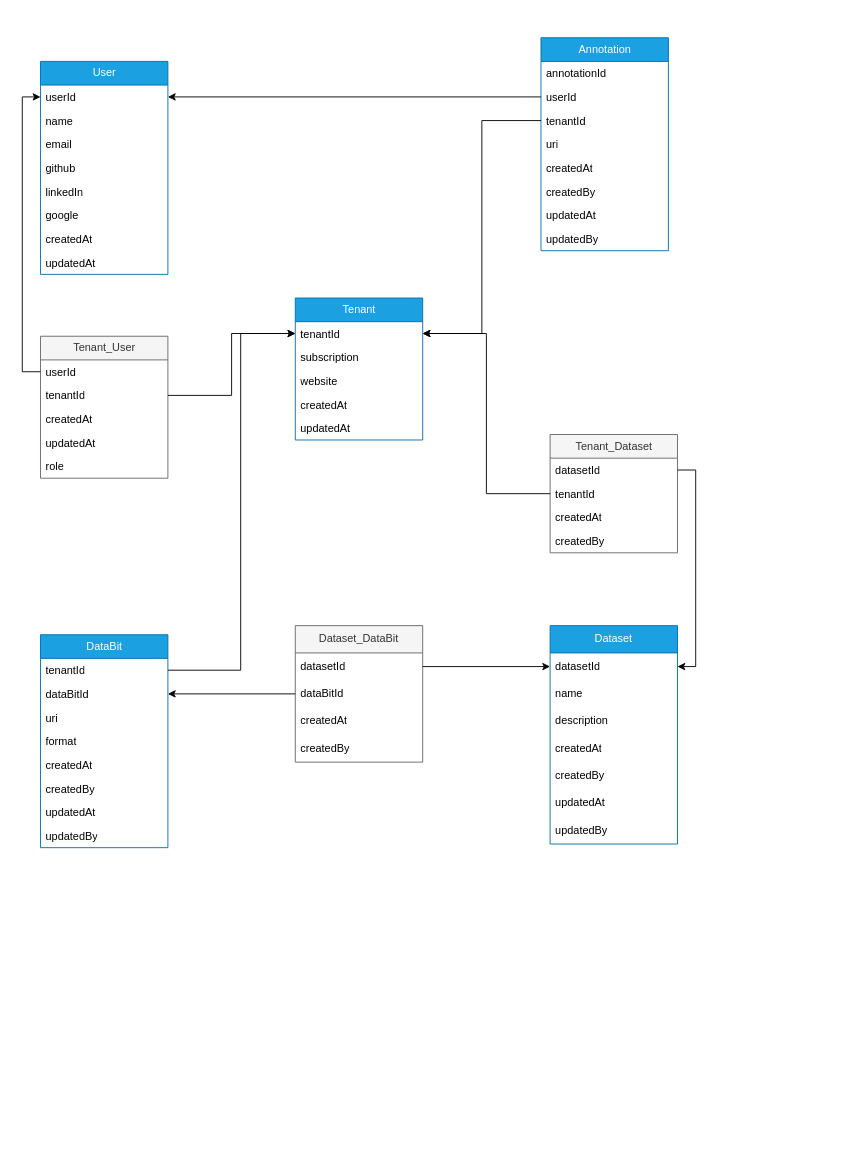
Before: docs/drawio/Database_Diagram.drawio in rtbot-dev/rtbot, a draw.io diagram. Source tidied: cells renumbered, new cells numbered last; positions are measured from the earlier drawing's top-left corner, leaving out a move shared by most shapes. Both pictures are drawn from the tidied source at 91%, with x=0, y=0 at pixel (40, 37).
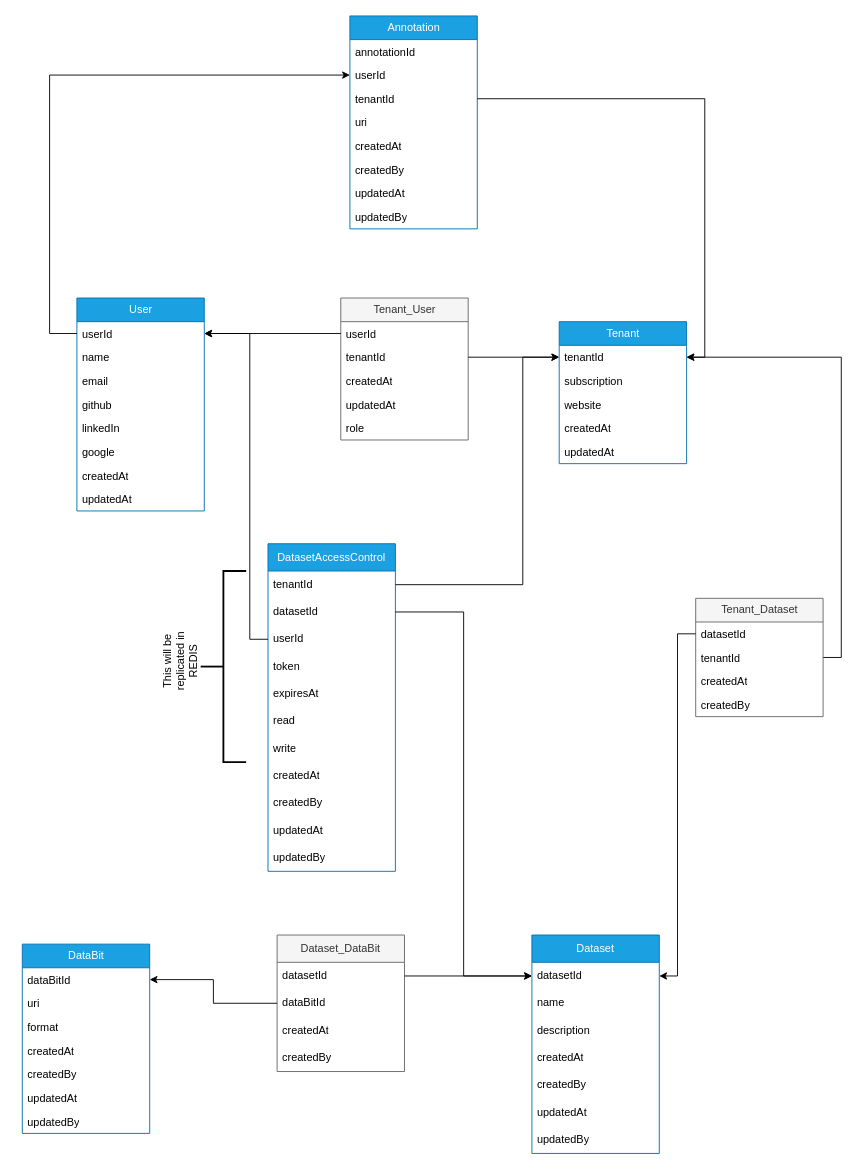
The same diagram, later.

Commit message:
docs: update database diagram

The change refers to these unchanged cells:
```xml
<mxCell id="3" value="userId" style="text;strokeColor=none;fillColor=none;align=left;verticalAlign=top;spacingLeft=4;spacingRight=4;overflow=hidden;points=[[0,0.5],[1,0.5]];portConstraint=eastwest;whiteSpace=wrap;html=1;" parent="2" vertex="1">
  <mxGeometry y="26" width="140" height="26" as="geometry" />
</mxCell>
<mxCell id="12" value="tenantId" style="text;strokeColor=none;fillColor=none;align=left;verticalAlign=top;spacingLeft=4;spacingRight=4;overflow=hidden;points=[[0,0.5],[1,0.5]];portConstraint=eastwest;whiteSpace=wrap;html=1;" parent="11" vertex="1">
  <mxGeometry y="26" width="140" height="26" as="geometry" />
</mxCell>
<mxCell id="18" value="userId" style="text;strokeColor=none;fillColor=none;align=left;verticalAlign=top;spacingLeft=4;spacingRight=4;overflow=hidden;points=[[0,0.5],[1,0.5]];portConstraint=eastwest;whiteSpace=wrap;html=1;" parent="17" vertex="1">
  <mxGeometry y="26" width="140" height="26" as="geometry" />
</mxCell>
<mxCell id="19" value="tenantId" style="text;strokeColor=none;fillColor=none;align=left;verticalAlign=top;spacingLeft=4;spacingRight=4;overflow=hidden;points=[[0,0.5],[1,0.5]];portConstraint=eastwest;whiteSpace=wrap;html=1;" parent="17" vertex="1">
  <mxGeometry y="52" width="140" height="26" as="geometry" />
</mxCell>
<mxCell id="34" value="&lt;div&gt;userId&lt;/div&gt;" style="text;strokeColor=none;fillColor=none;align=left;verticalAlign=top;spacingLeft=4;spacingRight=4;overflow=hidden;points=[[0,0.5],[1,0.5]];portConstraint=eastwest;whiteSpace=wrap;html=1;" parent="32" vertex="1">
  <mxGeometry y="52" width="140" height="26" as="geometry" />
</mxCell>
<mxCell id="46" value="datasetId" style="text;strokeColor=none;fillColor=none;align=left;verticalAlign=middle;spacingLeft=4;spacingRight=4;overflow=hidden;points=[[0,0.5],[1,0.5]];portConstraint=eastwest;whiteSpace=wrap;html=1;" parent="45" vertex="1">
  <mxGeometry y="30" width="140" height="30" as="geometry" />
</mxCell>
<mxCell id="62" value="datasetId" style="text;strokeColor=none;fillColor=none;align=left;verticalAlign=top;spacingLeft=4;spacingRight=4;overflow=hidden;points=[[0,0.5],[1,0.5]];portConstraint=eastwest;whiteSpace=wrap;html=1;" parent="61" vertex="1">
  <mxGeometry y="26" width="140" height="26" as="geometry" />
</mxCell>
<mxCell id="63" value="tenantId" style="text;strokeColor=none;fillColor=none;align=left;verticalAlign=top;spacingLeft=4;spacingRight=4;overflow=hidden;points=[[0,0.5],[1,0.5]];portConstraint=eastwest;whiteSpace=wrap;html=1;" parent="61" vertex="1">
  <mxGeometry y="52" width="140" height="26" as="geometry" />
</mxCell>
```

The edit, as a diff of the source:
```diff
@@
     <mxCell id="2" value="&lt;div&gt;User&lt;/div&gt;" style="swimlane;fontStyle=0;horizontal=1;startSize=26;fillColor=#1ba1e2;html=1;strokeColor=#006EAF;fontColor=#ffffff;" parent="1" vertex="1">
-      <mxGeometry y="26" width="140" height="234" as="geometry" />
+      <mxGeometry x="40" y="286" width="140" height="234" as="geometry" />
     </mxCell>
@@
     <mxCell id="11" value="&lt;div&gt;Tenant&lt;/div&gt;" style="swimlane;fontStyle=0;horizontal=1;startSize=26;fillColor=#1ba1e2;html=1;fontColor=#ffffff;strokeColor=#006EAF;" parent="1" vertex="1">
-      <mxGeometry x="280" y="286" width="140" height="156" as="geometry" />
+      <mxGeometry x="570" y="312" width="140" height="156" as="geometry" />
     </mxCell>
@@
     <mxCell id="17" value="Tenant_User" style="swimlane;fontStyle=0;horizontal=1;startSize=26;fillColor=#f5f5f5;html=1;fontColor=#333333;strokeColor=#666666;" parent="1" vertex="1">
-      <mxGeometry y="328" width="140" height="156" as="geometry" />
+      <mxGeometry x="330" y="286" width="140" height="156" as="geometry" />
     </mxCell>
@@
     <mxCell id="23" value="&lt;div&gt;DataBit&lt;/div&gt;" style="swimlane;fontStyle=0;horizontal=1;startSize=26;fillColor=#1ba1e2;html=1;fontColor=#ffffff;strokeColor=#006EAF;" parent="1" vertex="1">
-      <mxGeometry y="656" width="140" height="234" as="geometry" />
+      <mxGeometry x="-20" y="996" width="140" height="208" as="geometry" />
     </mxCell>
-    <mxCell id="24" value="tenantId" style="text;strokeColor=none;fillColor=none;align=left;verticalAlign=top;spacingLeft=4;spacingRight=4;overflow=hidden;points=[[0,0.5],[1,0.5]];portConstraint=eastwest;whiteSpace=wrap;html=1;" parent="23" vertex="1">
-      <mxGeometry y="26" width="140" height="26" as="geometry" />
-    </mxCell>
     <mxCell id="25" value="&lt;div&gt;dataBitId&lt;/div&gt;" style="text;strokeColor=none;fillColor=none;align=left;verticalAlign=top;spacingLeft=4;spacingRight=4;overflow=hidden;points=[[0,0.5],[1,0.5]];portConstraint=eastwest;whiteSpace=wrap;html=1;" parent="23" vertex="1">
-      <mxGeometry y="52" width="140" height="26" as="geometry" />
+      <mxGeometry y="26" width="140" height="26" as="geometry" />
     </mxCell>
     <mxCell id="26" value="uri" style="text;strokeColor=none;fillColor=none;align=left;verticalAlign=top;spacingLeft=4;spacingRight=4;overflow=hidden;whiteSpace=wrap;html=1;" parent="23" vertex="1">
-      <mxGeometry y="78" width="140" height="26" as="geometry" />
+      <mxGeometry y="52" width="140" height="26" as="geometry" />
     </mxCell>
     <mxCell id="27" value="format" style="text;strokeColor=none;fillColor=none;align=left;verticalAlign=top;spacingLeft=4;spacingRight=4;overflow=hidden;whiteSpace=wrap;html=1;" parent="23" vertex="1">
-      <mxGeometry y="104" width="140" height="26" as="geometry" />
+      <mxGeometry y="78" width="140" height="26" as="geometry" />
     </mxCell>
     <mxCell id="28" value="createdAt" style="text;strokeColor=none;fillColor=none;align=left;verticalAlign=top;spacingLeft=4;spacingRight=4;overflow=hidden;whiteSpace=wrap;html=1;" parent="23" vertex="1">
-      <mxGeometry y="130" width="140" height="26" as="geometry" />
+      <mxGeometry y="104" width="140" height="26" as="geometry" />
     </mxCell>
     <mxCell id="29" value="createdBy" style="text;strokeColor=none;fillColor=none;align=left;verticalAlign=top;spacingLeft=4;spacingRight=4;overflow=hidden;whiteSpace=wrap;html=1;" parent="23" vertex="1">
-      <mxGeometry y="156" width="140" height="26" as="geometry" />
+      <mxGeometry y="130" width="140" height="26" as="geometry" />
     </mxCell>
     <mxCell id="30" value="updatedAt" style="text;strokeColor=none;fillColor=none;align=left;verticalAlign=top;spacingLeft=4;spacingRight=4;overflow=hidden;whiteSpace=wrap;html=1;" parent="23" vertex="1">
-      <mxGeometry y="182" width="140" height="26" as="geometry" />
+      <mxGeometry y="156" width="140" height="26" as="geometry" />
     </mxCell>
     <mxCell id="31" value="updatedBy" style="text;strokeColor=none;fillColor=none;align=left;verticalAlign=top;spacingLeft=4;spacingRight=4;overflow=hidden;whiteSpace=wrap;html=1;" parent="23" vertex="1">
-      <mxGeometry y="208" width="140" height="26" as="geometry" />
+      <mxGeometry y="182" width="140" height="26" as="geometry" />
     </mxCell>
     <mxCell id="32" value="&lt;div&gt;Annotation&lt;/div&gt;" style="swimlane;fontStyle=0;horizontal=1;startSize=26;fillColor=#1ba1e2;html=1;fontColor=#ffffff;strokeColor=#006EAF;" parent="1" vertex="1">
-      <mxGeometry x="550" width="140" height="234" as="geometry" />
+      <mxGeometry x="340" y="-24" width="140" height="234" as="geometry" />
     </mxCell>
@@
-    <mxCell id="41" style="edgeStyle=orthogonalEdgeStyle;rounded=0;jettySize=auto;html=1;entryX=0;entryY=0.5;entryDx=0;entryDy=0;" parent="1" edge="1" source="18" target="3">
-      <mxGeometry relative="1" as="geometry" />
-    </mxCell>
-    <mxCell id="42" style="edgeStyle=orthogonalEdgeStyle;rounded=0;jettySize=auto;html=1;" parent="1" edge="1" source="19" target="12">
-      <mxGeometry relative="1" as="geometry" />
-    </mxCell>
@@
-    <mxCell id="44" style="edgeStyle=orthogonalEdgeStyle;rounded=0;jettySize=auto;html=1;" parent="1" edge="1" source="34" target="3">
-      <mxGeometry relative="1" as="geometry" />
-    </mxCell>
     <mxCell id="45" value="Dataset" style="swimlane;fontStyle=0;horizontal=1;startSize=30;whiteSpace=wrap;html=1;fillColor=#1ba1e2;fontColor=#ffffff;strokeColor=#006EAF;" parent="1" vertex="1">
-      <mxGeometry x="560" y="646" width="140" height="240" as="geometry" />
+      <mxGeometry x="540" y="986" width="140" height="240" as="geometry" />
     </mxCell>
@@
     <mxCell id="53" value="Dataset_DataBit" style="swimlane;fontStyle=0;horizontal=1;startSize=30;whiteSpace=wrap;html=1;fillColor=#f5f5f5;fontColor=#333333;strokeColor=#666666;" parent="1" vertex="1">
-      <mxGeometry x="280" y="646" width="140" height="150" as="geometry" />
+      <mxGeometry x="260" y="986" width="140" height="150" as="geometry" />
     </mxCell>
@@
-    <mxCell id="59" style="edgeStyle=orthogonalEdgeStyle;rounded=0;jettySize=auto;html=1;entryX=0;entryY=0.5;entryDx=0;entryDy=0;" parent="1" edge="1" source="24" target="12">
-      <mxGeometry relative="1" as="geometry">
-        <Array as="points">
-          <mxPoint x="220" y="695" />
-          <mxPoint x="220" y="325" />
-        </Array>
-      </mxGeometry>
-    </mxCell>
@@
+    <mxCell id="68" style="edgeStyle=orthogonalEdgeStyle;rounded=0;jettySize=auto;html=1;exitX=1;exitY=0.5;exitDx=0;exitDy=0;entryX=1;entryY=0.5;entryDx=0;entryDy=0;" parent="1" edge="1" source="61" target="12">
+      <mxGeometry relative="1" as="geometry" />
+    </mxCell>
     <mxCell id="61" value="Tenant_Dataset" style="swimlane;fontStyle=0;horizontal=1;startSize=26;fillColor=#f5f5f5;html=1;fontColor=#333333;strokeColor=#666666;" parent="1" vertex="1">
-      <mxGeometry x="560" y="436" width="140" height="130" as="geometry" />
+      <mxGeometry x="720" y="616" width="140" height="130" as="geometry" />
     </mxCell>
@@
-    <mxCell id="66" style="edgeStyle=orthogonalEdgeStyle;rounded=0;jettySize=auto;html=1;entryX=1;entryY=0.5;entryDx=0;entryDy=0;" parent="1" edge="1" source="63" target="12">
-      <mxGeometry relative="1" as="geometry" />
-    </mxCell>
+    <mxCell id="42" style="edgeStyle=orthogonalEdgeStyle;rounded=0;jettySize=auto;html=1;" parent="1" edge="1" source="19" target="12">
+      <mxGeometry relative="1" as="geometry" />
+    </mxCell>
+    <mxCell id="41" style="edgeStyle=orthogonalEdgeStyle;rounded=0;jettySize=auto;html=1;entryX=1;entryY=0.5;entryDx=0;entryDy=0;" parent="1" edge="1" source="18" target="3">
+      <mxGeometry relative="1" as="geometry" />
+    </mxCell>
-    <mxCell id="67" style="edgeStyle=orthogonalEdgeStyle;rounded=0;jettySize=auto;html=1;" parent="1" edge="1" source="62" target="46">
-      <mxGeometry relative="1" as="geometry">
-        <Array as="points">
-          <mxPoint x="720" y="475" />
-          <mxPoint x="720" y="691" />
-        </Array>
-      </mxGeometry>
+    <mxCell id="67" style="edgeStyle=orthogonalEdgeStyle;rounded=0;jettySize=auto;html=1;entryX=1;entryY=0.5;entryDx=0;entryDy=0;" parent="1" edge="1" source="62" target="46">
+      <mxGeometry relative="1" as="geometry" />
     </mxCell>
+    <mxCell id="69" value="DatasetAccessControl" style="swimlane;fontStyle=0;horizontal=1;startSize=30;whiteSpace=wrap;html=1;fillColor=#1ba1e2;fontColor=#ffffff;strokeColor=#006EAF;" parent="1" vertex="1">
+      <mxGeometry x="250" y="556" width="140" height="360" as="geometry" />
+    </mxCell>
+    <mxCell id="24" value="tenantId" style="text;strokeColor=none;fillColor=none;align=left;verticalAlign=middle;spacingLeft=4;spacingRight=4;overflow=hidden;points=[[0,0.5],[1,0.5]];portConstraint=eastwest;whiteSpace=wrap;html=1;" parent="69" vertex="1">
+      <mxGeometry y="30" width="140" height="30" as="geometry" />
+    </mxCell>
+    <mxCell id="70" value="datasetId" style="text;strokeColor=none;fillColor=none;align=left;verticalAlign=middle;spacingLeft=4;spacingRight=4;overflow=hidden;points=[[0,0.5],[1,0.5]];portConstraint=eastwest;whiteSpace=wrap;html=1;" parent="69" vertex="1">
+      <mxGeometry y="60" width="140" height="30" as="geometry" />
+    </mxCell>
+    <mxCell id="71" value="userId" style="text;strokeColor=none;fillColor=none;align=left;verticalAlign=middle;spacingLeft=4;spacingRight=4;overflow=hidden;points=[[0,0.5],[1,0.5]];portConstraint=eastwest;whiteSpace=wrap;html=1;" parent="69" vertex="1">
+      <mxGeometry y="90" width="140" height="30" as="geometry" />
+    </mxCell>
+    <mxCell id="72" value="token" style="text;strokeColor=none;fillColor=none;align=left;verticalAlign=middle;spacingLeft=4;spacingRight=4;overflow=hidden;whiteSpace=wrap;html=1;" parent="69" vertex="1">
+      <mxGeometry y="120" width="140" height="30" as="geometry" />
+    </mxCell>
+    <mxCell id="73" value="expiresAt" style="text;strokeColor=none;fillColor=none;align=left;verticalAlign=middle;spacingLeft=4;spacingRight=4;overflow=hidden;whiteSpace=wrap;html=1;" parent="69" vertex="1">
+      <mxGeometry y="150" width="140" height="30" as="geometry" />
+    </mxCell>
+    <mxCell id="74" value="read" style="text;strokeColor=none;fillColor=none;align=left;verticalAlign=middle;spacingLeft=4;spacingRight=4;overflow=hidden;whiteSpace=wrap;html=1;" parent="69" vertex="1">
+      <mxGeometry y="180" width="140" height="30" as="geometry" />
+    </mxCell>
+    <mxCell id="75" value="write" style="text;strokeColor=none;fillColor=none;align=left;verticalAlign=middle;spacingLeft=4;spacingRight=4;overflow=hidden;whiteSpace=wrap;html=1;" parent="69" vertex="1">
+      <mxGeometry y="210" width="140" height="30" as="geometry" />
+    </mxCell>
+    <mxCell id="76" value="createdAt" style="text;strokeColor=none;fillColor=none;align=left;verticalAlign=middle;spacingLeft=4;spacingRight=4;overflow=hidden;whiteSpace=wrap;html=1;" parent="69" vertex="1">
+      <mxGeometry y="240" width="140" height="30" as="geometry" />
+    </mxCell>
+    <mxCell id="77" value="createdBy" style="text;strokeColor=none;fillColor=none;align=left;verticalAlign=middle;spacingLeft=4;spacingRight=4;overflow=hidden;whiteSpace=wrap;html=1;" parent="69" vertex="1">
+      <mxGeometry y="270" width="140" height="30" as="geometry" />
+    </mxCell>
+    <mxCell id="78" value="updatedAt" style="text;strokeColor=none;fillColor=none;align=left;verticalAlign=middle;spacingLeft=4;spacingRight=4;overflow=hidden;whiteSpace=wrap;html=1;" parent="69" vertex="1">
+      <mxGeometry y="300" width="140" height="30" as="geometry" />
+    </mxCell>
+    <mxCell id="79" value="updatedBy" style="text;strokeColor=none;fillColor=none;align=left;verticalAlign=middle;spacingLeft=4;spacingRight=4;overflow=hidden;whiteSpace=wrap;html=1;" parent="69" vertex="1">
+      <mxGeometry y="330" width="140" height="30" as="geometry" />
+    </mxCell>
+    <mxCell id="80" style="edgeStyle=orthogonalEdgeStyle;rounded=0;jettySize=auto;html=1;" parent="1" edge="1" source="3" target="34">
+      <mxGeometry relative="1" as="geometry">
+        <Array as="points">
+          <mxPoint x="10" y="325" />
+          <mxPoint x="10" y="41" />
+        </Array>
+      </mxGeometry>
+    </mxCell>
+    <mxCell id="81" style="group;" parent="1" vertex="1">
+      <mxGeometry x="134" y="586" width="92" height="210" as="geometry" />
+    </mxCell>
+    <mxCell id="82" style="strokeWidth=2;html=1;shape=mxgraph.flowchart.annotation_2;align=left;labelPosition=right;" parent="81" vertex="1">
+      <mxGeometry x="42" width="50" height="210" as="geometry" />
+    </mxCell>
+    <mxCell id="83" value="&lt;div&gt;This will be replicated in REDIS&lt;/div&gt;" style="text;html=1;strokeColor=none;fillColor=none;align=center;verticalAlign=middle;whiteSpace=wrap;rounded=0;rotation=270;" parent="81" vertex="1">
+      <mxGeometry x="-30" y="87.5" width="100" height="23.3" as="geometry" />
+    </mxCell>
+    <mxCell id="59" style="edgeStyle=orthogonalEdgeStyle;rounded=0;jettySize=auto;html=1;" parent="1" edge="1" source="24" target="12">
+      <mxGeometry relative="1" as="geometry">
+        <Array as="points">
+          <mxPoint x="530" y="601" />
+          <mxPoint x="530" y="351" />
+        </Array>
+      </mxGeometry>
+    </mxCell>
+    <mxCell id="84" style="edgeStyle=orthogonalEdgeStyle;rounded=0;jettySize=auto;html=1;" parent="1" edge="1" source="70" target="46">
+      <mxGeometry relative="1" as="geometry" />
+    </mxCell>
+    <mxCell id="85" style="edgeStyle=orthogonalEdgeStyle;rounded=0;jettySize=auto;html=1;" parent="1" edge="1" source="71" target="3">
+      <mxGeometry relative="1" as="geometry">
+        <Array as="points">
+          <mxPoint x="230" y="661" />
+          <mxPoint x="230" y="325" />
+        </Array>
+      </mxGeometry>
+    </mxCell>
```
